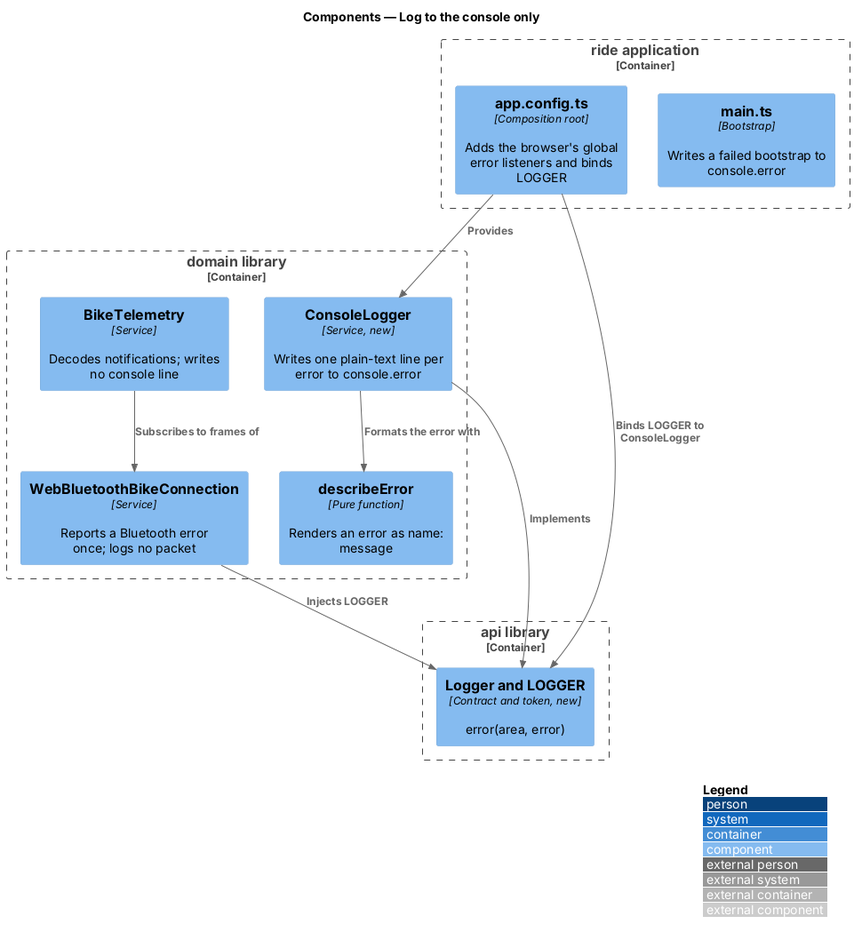
QuinntyneBrown/ride-one keeps this PlantUML diagram as docs/detailed-designs/security/log-to-the-console-only/diagrams/c4-component.png. Above is the earlier version. Source of this version:
```plantuml
@startuml
!include <C4/C4_Component>
LAYOUT_WITH_LEGEND()
title Components — Log to the console only

Container_Boundary(ride, "ride application") {
  Component(main, "main.ts", "Bootstrap", "Writes a failed bootstrap to console.error")
  Component(config, "app.config.ts", "Composition root", "Adds the browser's global error listeners and binds LOGGER")
}
Container_Boundary(domainlib, "domain library") {
  Component(logger, "ConsoleLogger", "Service, new", "Writes one plain-text line per error to console.error")
  Component(describe, "describeError", "Pure function", "Renders an error as name: message")
  Component(conn, "WebBluetoothBikeConnection", "Service", "Reports a Bluetooth error once; logs no packet")
  Component(telemetry, "BikeTelemetry", "Service", "Decodes notifications; writes no console line")
}
Container_Boundary(apilib, "api library") {
  Component(contract, "Logger and LOGGER", "Contract and token, new", "error(area, error)")
}
Rel(config, contract, "Binds LOGGER to ConsoleLogger")
Rel(config, logger, "Provides")
Rel(conn, contract, "Injects LOGGER")
Rel(logger, contract, "Implements")
Rel(logger, describe, "Formats the error with")
Rel(telemetry, conn, "Subscribes to frames of")
@enduml
```
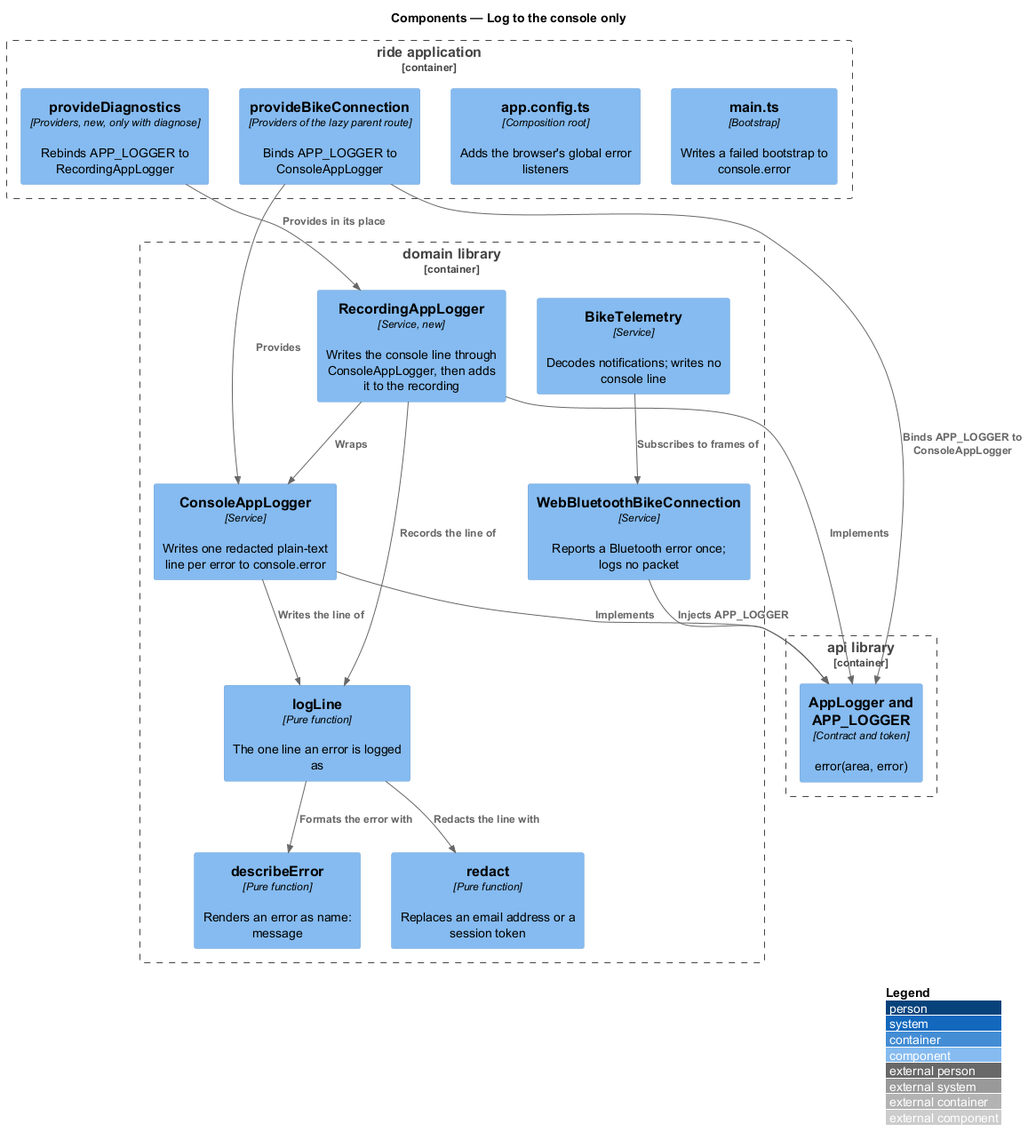
After the commit.

What changed in the source:
```diff
@@ -5,21 +5,32 @@
 
 Container_Boundary(ride, "ride application") {
   Component(main, "main.ts", "Bootstrap", "Writes a failed bootstrap to console.error")
-  Component(config, "app.config.ts", "Composition root", "Adds the browser's global error listeners and binds LOGGER")
+  Component(config, "app.config.ts", "Composition root", "Adds the browser's global error listeners")
+  Component(provide, "provideBikeConnection", "Providers of the lazy parent route", "Binds APP_LOGGER to ConsoleAppLogger")
+  Component(diagnostics, "provideDiagnostics", "Providers, new, only with diagnose", "Rebinds APP_LOGGER to RecordingAppLogger")
 }
 Container_Boundary(domainlib, "domain library") {
-  Component(logger, "ConsoleLogger", "Service, new", "Writes one plain-text line per error to console.error")
+  Component(logger, "ConsoleAppLogger", "Service", "Writes one redacted plain-text line per error to console.error")
+  Component(reclogger, "RecordingAppLogger", "Service, new", "Writes the console line through ConsoleAppLogger, then adds it to the recording")
+  Component(logline, "logLine", "Pure function", "The one line an error is logged as")
   Component(describe, "describeError", "Pure function", "Renders an error as name: message")
+  Component(redact, "redact", "Pure function", "Replaces an email address or a session token")
   Component(conn, "WebBluetoothBikeConnection", "Service", "Reports a Bluetooth error once; logs no packet")
   Component(telemetry, "BikeTelemetry", "Service", "Decodes notifications; writes no console line")
 }
 Container_Boundary(apilib, "api library") {
-  Component(contract, "Logger and LOGGER", "Contract and token, new", "error(area, error)")
+  Component(contract, "AppLogger and APP_LOGGER", "Contract and token", "error(area, error)")
 }
-Rel(config, contract, "Binds LOGGER to ConsoleLogger")
-Rel(config, logger, "Provides")
-Rel(conn, contract, "Injects LOGGER")
+Rel(provide, contract, "Binds APP_LOGGER to ConsoleAppLogger")
+Rel(provide, logger, "Provides")
+Rel(diagnostics, reclogger, "Provides in its place")
+Rel(conn, contract, "Injects APP_LOGGER")
 Rel(logger, contract, "Implements")
-Rel(logger, describe, "Formats the error with")
+Rel(reclogger, contract, "Implements")
+Rel(reclogger, logger, "Wraps")
+Rel(logger, logline, "Writes the line of")
+Rel(reclogger, logline, "Records the line of")
+Rel(logline, describe, "Formats the error with")
+Rel(logline, redact, "Redacts the line with")
 Rel(telemetry, conn, "Subscribes to frames of")
 @enduml
```
